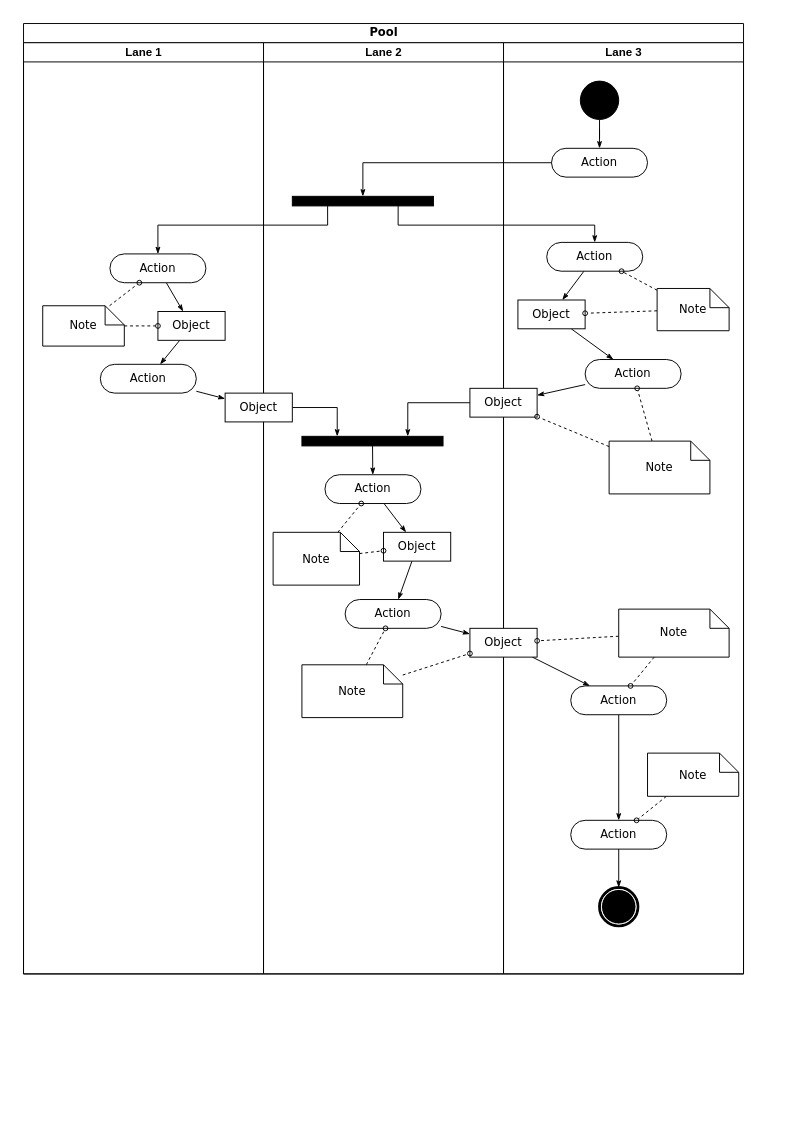
This is Untitled Diagram.drawio from Chriszhangmw/tools, a draw.io file, before an edit. Source tidied: cells renumbered, new cells numbered last; positions are measured from the earlier drawing's top-left corner, leaving out a move shared by most shapes. Both pictures are drawn from the tidied source at 96%, with x=0, y=0 at pixel (23, 23).
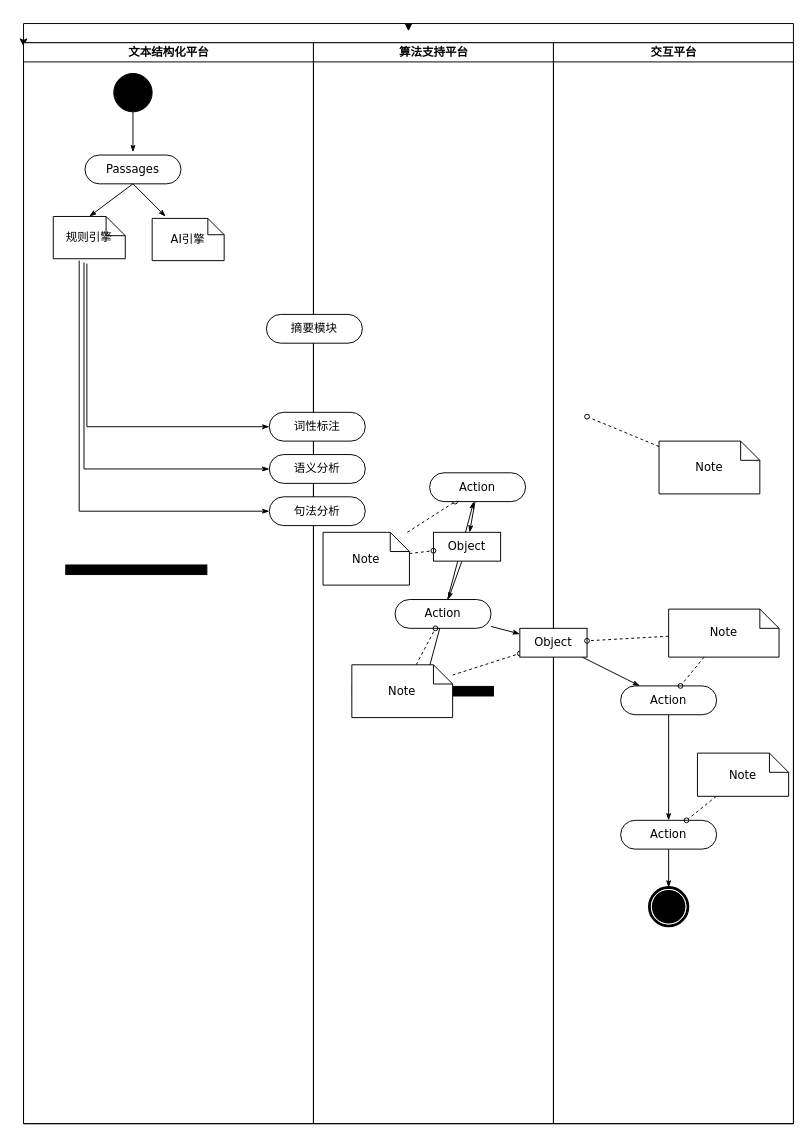
The same diagram, later.

The change refers to these unchanged cells:
```xml
<mxCell id="22" value="Action" style="rounded=1;whiteSpace=wrap;html=1;shadow=0;comic=0;labelBackgroundColor=none;strokeWidth=1;fontFamily=Verdana;fontSize=12;align=center;arcSize=50;" parent="12" vertex="1">
  <mxGeometry x="85" y="580" width="100" height="30" as="geometry" />
</mxCell>
<mxCell id="27" value="Note" style="shape=note;whiteSpace=wrap;html=1;rounded=0;shadow=0;comic=0;labelBackgroundColor=none;strokeWidth=1;fontFamily=Verdana;fontSize=12;align=center;size=20;" parent="12" vertex="1">
  <mxGeometry x="40" y="648" width="105" height="55" as="geometry" />
</mxCell>
<mxCell id="40" value="Object" style="rounded=0;whiteSpace=wrap;html=1;shadow=0;comic=0;labelBackgroundColor=none;strokeWidth=1;fontFamily=Verdana;fontSize=12;align=center;arcSize=50;" parent="28" vertex="1">
  <mxGeometry x="-35" y="610" width="70" height="30" as="geometry" />
</mxCell>
<mxCell id="51" value="Note" style="shape=note;whiteSpace=wrap;html=1;rounded=0;shadow=0;comic=0;labelBackgroundColor=none;strokeWidth=1;fontFamily=Verdana;fontSize=12;align=center;size=20;" parent="28" vertex="1">
  <mxGeometry x="110" y="415" width="105" height="55" as="geometry" />
</mxCell>
```

What changed in the source:
```diff
@@
-    <mxCell id="2" value="Pool" style="swimlane;html=1;startSize=20;rounded=0;shadow=0;comic=0;labelBackgroundColor=none;strokeWidth=1;fontFamily=Verdana;fontSize=12;align=center;" parent="1" vertex="1">
-      <mxGeometry width="750" height="990" as="geometry" />
+    <mxCell id="2" style="swimlane;html=1;startSize=20;rounded=0;shadow=0;comic=0;labelBackgroundColor=none;strokeWidth=1;fontFamily=Verdana;fontSize=12;align=center;" parent="1" vertex="1">
+      <mxGeometry width="802" height="1146" as="geometry" />
     </mxCell>
+    <mxCell id="64" style="edgeStyle=orthogonalEdgeStyle;rounded=0;jettySize=auto;html=1;exitX=0;exitY=0;exitDx=0;exitDy=0;entryX=0;entryY=0.021;entryDx=0;entryDy=0;entryPerimeter=0;" parent="2" edge="1" source="3" target="2">
+      <mxGeometry relative="1" as="geometry" />
+    </mxCell>
-    <mxCell id="3" value="Lane 1" style="swimlane;html=1;startSize=20;" parent="2" vertex="1">
-      <mxGeometry y="20" width="250" height="970" as="geometry" />
+    <mxCell id="3" value="文本结构化平台" style="swimlane;html=1;startSize=20;" parent="2" vertex="1">
+      <mxGeometry y="20" width="302" height="1126" as="geometry" />
     </mxCell>
-    <mxCell id="4" style="edgeStyle=none;rounded=0;html=1;labelBackgroundColor=none;startArrow=none;startFill=0;startSize=5;endArrow=classicThin;endFill=1;endSize=5;jettySize=auto;strokeWidth=1;fontFamily=Verdana;fontSize=12;" parent="3" edge="1" source="5" target="8">
-      <mxGeometry relative="1" as="geometry" />
-    </mxCell>
-    <mxCell id="5" value="Action" style="rounded=1;whiteSpace=wrap;html=1;shadow=0;comic=0;labelBackgroundColor=none;strokeWidth=1;fontFamily=Verdana;fontSize=12;align=center;arcSize=50;" parent="3" vertex="1">
-      <mxGeometry x="90" y="220" width="100" height="30" as="geometry" />
-    </mxCell>
-    <mxCell id="6" value="Action" style="rounded=1;whiteSpace=wrap;html=1;shadow=0;comic=0;labelBackgroundColor=none;strokeWidth=1;fontFamily=Verdana;fontSize=12;align=center;arcSize=50;" parent="3" vertex="1">
-      <mxGeometry x="80" y="335" width="100" height="30" as="geometry" />
-    </mxCell>
+    <mxCell id="65" value="规则引擎" style="shape=note;whiteSpace=wrap;html=1;rounded=0;shadow=0;comic=0;labelBackgroundColor=none;strokeWidth=1;fontFamily=Verdana;fontSize=12;align=center;size=20;" parent="3" vertex="1">
+      <mxGeometry x="31" y="181" width="75" height="44" as="geometry" />
+    </mxCell>
-    <mxCell id="7" style="edgeStyle=none;rounded=0;html=1;labelBackgroundColor=none;startArrow=none;startFill=0;startSize=5;endArrow=classicThin;endFill=1;endSize=5;jettySize=auto;strokeWidth=1;fontFamily=Verdana;fontSize=12;" parent="3" edge="1" source="8" target="6">
-      <mxGeometry relative="1" as="geometry" />
+    <mxCell id="7" style="edgeStyle=none;rounded=0;html=1;labelBackgroundColor=none;startArrow=none;startFill=0;startSize=5;endArrow=classicThin;endFill=1;endSize=5;jettySize=auto;orthogonalLoop=1;strokeWidth=1;fontFamily=Verdana;fontSize=12;" parent="3" edge="1">
+      <mxGeometry relative="1" as="geometry">
+        <mxPoint x="187" y="392" as="sourcePoint" />
+        <mxPoint x="187" y="392" as="targetPoint" />
+      </mxGeometry>
     </mxCell>
-    <mxCell id="8" value="Object" style="rounded=0;whiteSpace=wrap;html=1;shadow=0;comic=0;labelBackgroundColor=none;strokeWidth=1;fontFamily=Verdana;fontSize=12;align=center;arcSize=50;" parent="3" vertex="1">
-      <mxGeometry x="140" y="280" width="70" height="30" as="geometry" />
-    </mxCell>
-    <mxCell id="9" style="edgeStyle=none;rounded=0;html=1;labelBackgroundColor=none;startArrow=none;startFill=0;startSize=5;endArrow=oval;endFill=0;endSize=5;jettySize=auto;strokeWidth=1;fontFamily=Verdana;fontSize=12;dashed=1;" parent="3" edge="1" source="11" target="5">
-      <mxGeometry relative="1" as="geometry" />
-    </mxCell>
-    <mxCell id="10" style="edgeStyle=none;rounded=0;html=1;dashed=1;labelBackgroundColor=none;startArrow=none;startFill=0;startSize=5;endArrow=oval;endFill=0;endSize=5;jettySize=auto;strokeWidth=1;fontFamily=Verdana;fontSize=12;" parent="3" edge="1" source="11" target="8">
-      <mxGeometry relative="1" as="geometry" />
-    </mxCell>
-    <mxCell id="11" value="Note" style="shape=note;whiteSpace=wrap;html=1;rounded=0;shadow=0;comic=0;labelBackgroundColor=none;strokeWidth=1;fontFamily=Verdana;fontSize=12;align=center;size=20;" parent="3" vertex="1">
-      <mxGeometry x="20" y="274" width="85" height="42" as="geometry" />
-    </mxCell>
+    <mxCell id="29" style="edgeStyle=orthogonalEdgeStyle;rounded=0;html=1;labelBackgroundColor=none;startArrow=none;startFill=0;startSize=5;endArrow=classicThin;endFill=1;endSize=5;jettySize=auto;strokeWidth=1;fontFamily=Verdana;fontSize=12;" parent="3" edge="1" source="30">
+      <mxGeometry relative="1" as="geometry">
+        <mxPoint x="114" y="114" as="targetPoint" />
+        <Array as="points">
+          <mxPoint x="114" y="106" />
+        </Array>
+      </mxGeometry>
+    </mxCell>
+    <mxCell id="13" style="whiteSpace=wrap;html=1;rounded=0;shadow=0;comic=0;labelBackgroundColor=none;strokeWidth=1;fillColor=#000000;fontFamily=Verdana;fontSize=12;align=center;rotation=0;" parent="3" vertex="1">
+      <mxGeometry x="44" y="544" width="147" height="10" as="geometry" />
+    </mxCell>
+    <mxCell id="30" style="ellipse;whiteSpace=wrap;html=1;rounded=0;shadow=0;comic=0;labelBackgroundColor=none;strokeWidth=1;fillColor=#000000;fontFamily=Verdana;fontSize=12;align=center;" parent="3" vertex="1">
+      <mxGeometry x="94" y="32" width="40" height="40" as="geometry" />
+    </mxCell>
+    <mxCell id="31" value="Passages" style="rounded=1;whiteSpace=wrap;html=1;shadow=0;comic=0;labelBackgroundColor=none;strokeWidth=1;fontFamily=Verdana;fontSize=12;align=center;arcSize=50;" parent="3" vertex="1">
+      <mxGeometry x="64" y="117" width="100" height="30" as="geometry" />
+    </mxCell>
+    <mxCell id="66" value="AI引擎" style="shape=note;whiteSpace=wrap;html=1;rounded=0;shadow=0;comic=0;labelBackgroundColor=none;strokeWidth=1;fontFamily=Verdana;fontSize=12;align=center;size=17;" parent="3" vertex="1">
+      <mxGeometry x="134" y="183" width="75" height="44" as="geometry" />
+    </mxCell>
+    <mxCell id="67" style="rounded=0;html=1;labelBackgroundColor=none;startArrow=none;startFill=0;startSize=5;endArrow=classicThin;endFill=1;endSize=5;jettySize=auto;strokeWidth=1;fontFamily=Verdana;fontSize=12;exitX=0.5;exitY=1;exitDx=0;exitDy=0;entryX=0.5;entryY=0;entryDx=0;entryDy=0;entryPerimeter=0;" parent="3" edge="1" source="31" target="65">
+      <mxGeometry relative="1" as="geometry" />
+    </mxCell>
+    <mxCell id="62" style="edgeStyle=none;rounded=0;html=1;labelBackgroundColor=none;startArrow=none;startFill=0;startSize=5;endArrow=classicThin;endFill=1;endSize=5;jettySize=auto;strokeWidth=1;fontFamily=Verdana;fontSize=12;" parent="2" edge="1" source="22" target="40">
+      <mxGeometry relative="1" as="geometry" />
+    </mxCell>
+    <mxCell id="63" style="edgeStyle=none;rounded=0;html=1;dashed=1;labelBackgroundColor=none;startArrow=none;startFill=0;startSize=5;endArrow=oval;endFill=0;endSize=5;jettySize=auto;strokeWidth=1;fontFamily=Verdana;fontSize=12;" parent="2" edge="1" source="27" target="40">
+      <mxGeometry relative="1" as="geometry" />
+    </mxCell>
-    <mxCell id="12" value="Lane 2" style="swimlane;html=1;startSize=20;" parent="2" vertex="1">
-      <mxGeometry x="250" y="20" width="250" height="970" as="geometry" />
+    <mxCell id="12" value="算法支持平台" style="swimlane;html=1;startSize=20;" parent="2" vertex="1">
+      <mxGeometry x="302" y="20" width="250" height="1126" as="geometry" />
     </mxCell>
-    <mxCell id="13" style="whiteSpace=wrap;html=1;rounded=0;shadow=0;comic=0;labelBackgroundColor=none;strokeWidth=1;fillColor=#000000;fontFamily=Verdana;fontSize=12;align=center;rotation=0;" parent="12" vertex="1">
-      <mxGeometry x="30" y="160" width="147" height="10" as="geometry" />
-    </mxCell>
@@
-    <mxCell id="15" value="Action" style="rounded=1;whiteSpace=wrap;html=1;shadow=0;comic=0;labelBackgroundColor=none;strokeWidth=1;fontFamily=Verdana;fontSize=12;align=center;arcSize=50;" parent="12" vertex="1">
-      <mxGeometry x="64" y="450" width="100" height="30" as="geometry" />
-    </mxCell>
+    <mxCell id="68" value="句法分析" style="rounded=1;whiteSpace=wrap;html=1;shadow=0;comic=0;labelBackgroundColor=none;strokeWidth=1;fontFamily=Verdana;fontSize=12;align=center;arcSize=50;" parent="12" vertex="1">
+      <mxGeometry x="-46" y="473" width="100" height="30" as="geometry" />
+    </mxCell>
+    <mxCell id="69" value="语义分析" style="rounded=1;whiteSpace=wrap;html=1;shadow=0;comic=0;labelBackgroundColor=none;strokeWidth=1;fontFamily=Verdana;fontSize=12;align=center;arcSize=50;" parent="12" vertex="1">
+      <mxGeometry x="-46" y="429" width="100" height="30" as="geometry" />
+    </mxCell>
+    <mxCell id="70" value="词性标注" style="rounded=1;whiteSpace=wrap;html=1;shadow=0;comic=0;labelBackgroundColor=none;strokeWidth=1;fontFamily=Verdana;fontSize=12;align=center;arcSize=50;" parent="12" vertex="1">
+      <mxGeometry x="-46" y="385" width="100" height="30" as="geometry" />
+    </mxCell>
+    <mxCell id="71" value="摘要模块" style="rounded=1;whiteSpace=wrap;html=1;shadow=0;comic=0;labelBackgroundColor=none;strokeWidth=1;fontFamily=Verdana;fontSize=12;align=center;arcSize=50;" parent="12" vertex="1">
+      <mxGeometry x="-49" y="283" width="100" height="30" as="geometry" />
+    </mxCell>
+    <mxCell id="17" style="whiteSpace=wrap;html=1;rounded=0;shadow=0;comic=0;labelBackgroundColor=none;strokeWidth=1;fillColor=#000000;fontFamily=Verdana;fontSize=12;align=center;rotation=0;" parent="12" vertex="1">
+      <mxGeometry x="40.5" y="670.5" width="147" height="10" as="geometry" />
+    </mxCell>
@@
-    <mxCell id="17" style="whiteSpace=wrap;html=1;rounded=0;shadow=0;comic=0;labelBackgroundColor=none;strokeWidth=1;fillColor=#000000;fontFamily=Verdana;fontSize=12;align=center;rotation=0;" parent="12" vertex="1">
-      <mxGeometry x="40" y="410" width="147" height="10" as="geometry" />
-    </mxCell>
-    <mxCell id="18" style="edgeStyle=orthogonalEdgeStyle;rounded=0;html=1;entryX=0.25;entryY=0;labelBackgroundColor=none;startArrow=none;startFill=0;startSize=5;endArrow=classicThin;endFill=1;endSize=5;jettySize=auto;strokeWidth=1;fontFamily=Verdana;fontSize=12;" parent="12" edge="1" source="19" target="17">
-      <mxGeometry relative="1" as="geometry" />
-    </mxCell>
-    <mxCell id="19" value="Object" style="rounded=0;whiteSpace=wrap;html=1;shadow=0;comic=0;labelBackgroundColor=none;strokeWidth=1;fontFamily=Verdana;fontSize=12;align=center;arcSize=50;" parent="12" vertex="1">
-      <mxGeometry x="-40" y="365" width="70" height="30" as="geometry" />
-    </mxCell>
@@
+    <mxCell id="15" value="Action" style="rounded=1;whiteSpace=wrap;html=1;shadow=0;comic=0;labelBackgroundColor=none;strokeWidth=1;fontFamily=Verdana;fontSize=12;align=center;arcSize=50;" parent="12" vertex="1">
+      <mxGeometry x="121" y="448" width="100" height="30" as="geometry" />
+    </mxCell>
-    <mxCell id="28" value="Lane 3" style="swimlane;html=1;startSize=20;" parent="2" vertex="1">
-      <mxGeometry x="500" y="20" width="250" height="970" as="geometry" />
+    <mxCell id="28" value="交互平台" style="swimlane;html=1;startSize=20;" parent="2" vertex="1">
+      <mxGeometry x="552" y="20" width="250" height="1126" as="geometry" />
     </mxCell>
-    <mxCell id="29" style="edgeStyle=orthogonalEdgeStyle;rounded=0;html=1;labelBackgroundColor=none;startArrow=none;startFill=0;startSize=5;endArrow=classicThin;endFill=1;endSize=5;jettySize=auto;strokeWidth=1;fontFamily=Verdana;fontSize=12;" parent="28" edge="1" source="30" target="31">
-      <mxGeometry relative="1" as="geometry" />
-    </mxCell>
-    <mxCell id="30" style="ellipse;whiteSpace=wrap;html=1;rounded=0;shadow=0;comic=0;labelBackgroundColor=none;strokeWidth=1;fillColor=#000000;fontFamily=Verdana;fontSize=12;align=center;" parent="28" vertex="1">
-      <mxGeometry x="80" y="40" width="40" height="40" as="geometry" />
-    </mxCell>
-    <mxCell id="31" value="Action" style="rounded=1;whiteSpace=wrap;html=1;shadow=0;comic=0;labelBackgroundColor=none;strokeWidth=1;fontFamily=Verdana;fontSize=12;align=center;arcSize=50;" parent="28" vertex="1">
-      <mxGeometry x="50" y="110" width="100" height="30" as="geometry" />
-    </mxCell>
-    <mxCell id="32" style="rounded=0;html=1;labelBackgroundColor=none;startArrow=none;startFill=0;startSize=5;endArrow=classicThin;endFill=1;endSize=5;jettySize=auto;strokeWidth=1;fontFamily=Verdana;fontSize=12;" parent="28" edge="1" source="33" target="37">
-      <mxGeometry relative="1" as="geometry" />
-    </mxCell>
-    <mxCell id="33" value="Action" style="rounded=1;whiteSpace=wrap;html=1;shadow=0;comic=0;labelBackgroundColor=none;strokeWidth=1;fontFamily=Verdana;fontSize=12;align=center;arcSize=50;" parent="28" vertex="1">
-      <mxGeometry x="45" y="208" width="100" height="30" as="geometry" />
-    </mxCell>
-    <mxCell id="34" style="edgeStyle=none;rounded=0;html=1;labelBackgroundColor=none;startArrow=none;startFill=0;startSize=5;endArrow=classicThin;endFill=1;endSize=5;jettySize=auto;strokeWidth=1;fontFamily=Verdana;fontSize=12;" parent="28" edge="1" source="35" target="38">
-      <mxGeometry relative="1" as="geometry" />
-    </mxCell>
-    <mxCell id="35" value="Action" style="rounded=1;whiteSpace=wrap;html=1;shadow=0;comic=0;labelBackgroundColor=none;strokeWidth=1;fontFamily=Verdana;fontSize=12;align=center;arcSize=50;" parent="28" vertex="1">
-      <mxGeometry x="85" y="330" width="100" height="30" as="geometry" />
-    </mxCell>
-    <mxCell id="36" style="edgeStyle=none;rounded=0;html=1;labelBackgroundColor=none;startArrow=none;startFill=0;startSize=5;endArrow=classicThin;endFill=1;endSize=5;jettySize=auto;strokeWidth=1;fontFamily=Verdana;fontSize=12;" parent="28" edge="1" source="37" target="35">
-      <mxGeometry relative="1" as="geometry" />
-    </mxCell>
-    <mxCell id="37" value="Object" style="rounded=0;whiteSpace=wrap;html=1;shadow=0;comic=0;labelBackgroundColor=none;strokeWidth=1;fontFamily=Verdana;fontSize=12;align=center;arcSize=50;" parent="28" vertex="1">
-      <mxGeometry x="15" y="268" width="70" height="30" as="geometry" />
-    </mxCell>
-    <mxCell id="38" value="Object" style="rounded=0;whiteSpace=wrap;html=1;shadow=0;comic=0;labelBackgroundColor=none;strokeWidth=1;fontFamily=Verdana;fontSize=12;align=center;arcSize=50;" parent="28" vertex="1">
-      <mxGeometry x="-35" y="360" width="70" height="30" as="geometry" />
-    </mxCell>
@@
-    <mxCell id="46" style="edgeStyle=none;rounded=0;html=1;dashed=1;labelBackgroundColor=none;startArrow=none;startFill=0;startSize=5;endArrow=oval;endFill=0;endSize=5;jettySize=auto;strokeWidth=1;fontFamily=Verdana;fontSize=12;" parent="28" edge="1" source="48" target="33">
-      <mxGeometry relative="1" as="geometry" />
-    </mxCell>
-    <mxCell id="47" style="edgeStyle=none;rounded=0;html=1;dashed=1;labelBackgroundColor=none;startArrow=none;startFill=0;startSize=5;endArrow=oval;endFill=0;endSize=5;jettySize=auto;strokeWidth=1;fontFamily=Verdana;fontSize=12;" parent="28" edge="1" source="48" target="37">
-      <mxGeometry relative="1" as="geometry" />
-    </mxCell>
-    <mxCell id="48" value="Note" style="shape=note;whiteSpace=wrap;html=1;rounded=0;shadow=0;comic=0;labelBackgroundColor=none;strokeWidth=1;fontFamily=Verdana;fontSize=12;align=center;size=20;" parent="28" vertex="1">
-      <mxGeometry x="160" y="256" width="75" height="44" as="geometry" />
-    </mxCell>
-    <mxCell id="49" style="edgeStyle=none;rounded=0;html=1;dashed=1;labelBackgroundColor=none;startArrow=none;startFill=0;startSize=5;endArrow=oval;endFill=0;endSize=5;jettySize=auto;strokeWidth=1;fontFamily=Verdana;fontSize=12;" parent="28" edge="1" source="51" target="35">
-      <mxGeometry relative="1" as="geometry" />
-    </mxCell>
-    <mxCell id="50" style="edgeStyle=none;rounded=0;html=1;dashed=1;labelBackgroundColor=none;startArrow=none;startFill=0;startSize=5;endArrow=oval;endFill=0;endSize=5;jettySize=auto;strokeWidth=1;fontFamily=Verdana;fontSize=12;" parent="28" edge="1" source="51" target="38">
-      <mxGeometry relative="1" as="geometry" />
+    <mxCell id="50" style="edgeStyle=none;rounded=0;html=1;dashed=1;labelBackgroundColor=none;startArrow=none;startFill=0;startSize=5;endArrow=oval;endFill=0;endSize=5;jettySize=auto;strokeWidth=1;fontFamily=Verdana;fontSize=12;" parent="28" edge="1" source="51">
+      <mxGeometry relative="1" as="geometry">
+        <mxPoint x="35" y="389.5" as="targetPoint" />
+      </mxGeometry>
     </mxCell>
@@
-    <mxCell id="57" style="edgeStyle=orthogonalEdgeStyle;rounded=0;html=1;entryX=0.5;entryY=0;labelBackgroundColor=none;startArrow=none;startFill=0;startSize=5;endArrow=classicThin;endFill=1;endSize=5;jettySize=auto;strokeWidth=1;fontFamily=Verdana;fontSize=12;" parent="2" edge="1" source="31" target="13">
-      <mxGeometry relative="1" as="geometry">
-        <Array as="points">
-          <mxPoint x="354" y="145" />
-        </Array>
-      </mxGeometry>
-    </mxCell>
-    <mxCell id="58" style="edgeStyle=orthogonalEdgeStyle;rounded=0;html=1;exitX=0.75;exitY=1;labelBackgroundColor=none;startArrow=none;startFill=0;startSize=5;endArrow=classicThin;endFill=1;endSize=5;jettySize=auto;strokeWidth=1;fontFamily=Verdana;fontSize=12;" parent="2" edge="1" source="13" target="33">
-      <mxGeometry relative="1" as="geometry">
-        <Array as="points">
-          <mxPoint x="390" y="210" />
-          <mxPoint x="595" y="210" />
-        </Array>
-      </mxGeometry>
-    </mxCell>
-    <mxCell id="59" style="edgeStyle=orthogonalEdgeStyle;rounded=0;html=1;exitX=0.25;exitY=1;entryX=0.5;entryY=0;labelBackgroundColor=none;startArrow=none;startFill=0;startSize=5;endArrow=classicThin;endFill=1;endSize=5;jettySize=auto;strokeWidth=1;fontFamily=Verdana;fontSize=12;" parent="2" edge="1" source="13" target="5">
-      <mxGeometry relative="1" as="geometry">
-        <Array as="points">
-          <mxPoint x="317" y="210" />
-          <mxPoint x="140" y="210" />
-        </Array>
-      </mxGeometry>
-    </mxCell>
-    <mxCell id="60" style="edgeStyle=orthogonalEdgeStyle;rounded=0;html=1;entryX=0.75;entryY=0;labelBackgroundColor=none;startArrow=none;startFill=0;startSize=5;endArrow=classicThin;endFill=1;endSize=5;jettySize=auto;strokeWidth=1;fontFamily=Verdana;fontSize=12;" parent="2" edge="1" source="38" target="17">
-      <mxGeometry relative="1" as="geometry" />
-    </mxCell>
-    <mxCell id="61" style="edgeStyle=none;rounded=0;html=1;labelBackgroundColor=none;startArrow=none;startFill=0;startSize=5;endArrow=classicThin;endFill=1;endSize=5;jettySize=auto;strokeWidth=1;fontFamily=Verdana;fontSize=12;" parent="2" edge="1" source="6" target="19">
-      <mxGeometry relative="1" as="geometry" />
-    </mxCell>
-    <mxCell id="62" style="edgeStyle=none;rounded=0;html=1;labelBackgroundColor=none;startArrow=none;startFill=0;startSize=5;endArrow=classicThin;endFill=1;endSize=5;jettySize=auto;strokeWidth=1;fontFamily=Verdana;fontSize=12;" parent="2" edge="1" source="22" target="40">
-      <mxGeometry relative="1" as="geometry" />
-    </mxCell>
-    <mxCell id="63" style="edgeStyle=none;rounded=0;html=1;dashed=1;labelBackgroundColor=none;startArrow=none;startFill=0;startSize=5;endArrow=oval;endFill=0;endSize=5;jettySize=auto;strokeWidth=1;fontFamily=Verdana;fontSize=12;" parent="2" edge="1" source="27" target="40">
-      <mxGeometry relative="1" as="geometry" />
-    </mxCell>
+    <mxCell id="72" style="edgeStyle=none;rounded=0;html=1;labelBackgroundColor=none;startArrow=none;startFill=0;startSize=5;endArrow=classicThin;endFill=1;endSize=5;jettySize=auto;strokeWidth=1;fontFamily=Verdana;fontSize=12;entryX=0;entryY=0.5;entryDx=0;entryDy=0;" parent="2" edge="1" target="70">
+      <mxGeometry relative="1" as="geometry">
+        <mxPoint x="66" y="250" as="sourcePoint" />
+        <Array as="points">
+          <mxPoint x="66" y="420" />
+        </Array>
+      </mxGeometry>
+    </mxCell>
+    <mxCell id="73" style="edgeStyle=orthogonalEdgeStyle;rounded=0;orthogonalLoop=1;jettySize=auto;html=1;exitX=0.5;exitY=0;exitDx=0;exitDy=0;entryX=0.5;entryY=0.007;entryDx=0;entryDy=0;entryPerimeter=0;" parent="1" edge="1" source="2" target="2">
+      <mxGeometry relative="1" as="geometry" />
+    </mxCell>
+    <mxCell id="74" style="rounded=0;html=1;labelBackgroundColor=none;startArrow=none;startFill=0;startSize=5;endArrow=classicThin;endFill=1;endSize=5;jettySize=auto;strokeWidth=1;fontFamily=Verdana;fontSize=12;exitX=0.5;exitY=1;exitDx=0;exitDy=0;" parent="1" edge="1" source="31">
+      <mxGeometry relative="1" as="geometry">
+        <mxPoint x="148" y="201" as="targetPoint" />
+      </mxGeometry>
+    </mxCell>
+    <mxCell id="75" style="edgeStyle=none;rounded=0;html=1;labelBackgroundColor=none;startArrow=none;startFill=0;startSize=5;endArrow=classicThin;endFill=1;endSize=5;jettySize=auto;strokeWidth=1;fontFamily=Verdana;fontSize=12;entryX=0;entryY=0.5;entryDx=0;entryDy=0;" parent="1" edge="1" target="69">
+      <mxGeometry relative="1" as="geometry">
+        <mxPoint x="63" y="249" as="sourcePoint" />
+        <Array as="points">
+          <mxPoint x="63" y="464" />
+        </Array>
+      </mxGeometry>
+    </mxCell>
+    <mxCell id="76" style="edgeStyle=none;rounded=0;html=1;labelBackgroundColor=none;startArrow=none;startFill=0;startSize=5;endArrow=classicThin;endFill=1;endSize=5;jettySize=auto;strokeWidth=1;fontFamily=Verdana;fontSize=12;entryX=0;entryY=0.5;entryDx=0;entryDy=0;" parent="1" edge="1" target="68">
+      <mxGeometry relative="1" as="geometry">
+        <mxPoint x="58" y="247" as="sourcePoint" />
+        <Array as="points">
+          <mxPoint x="58" y="508" />
+        </Array>
+      </mxGeometry>
+    </mxCell>
```
